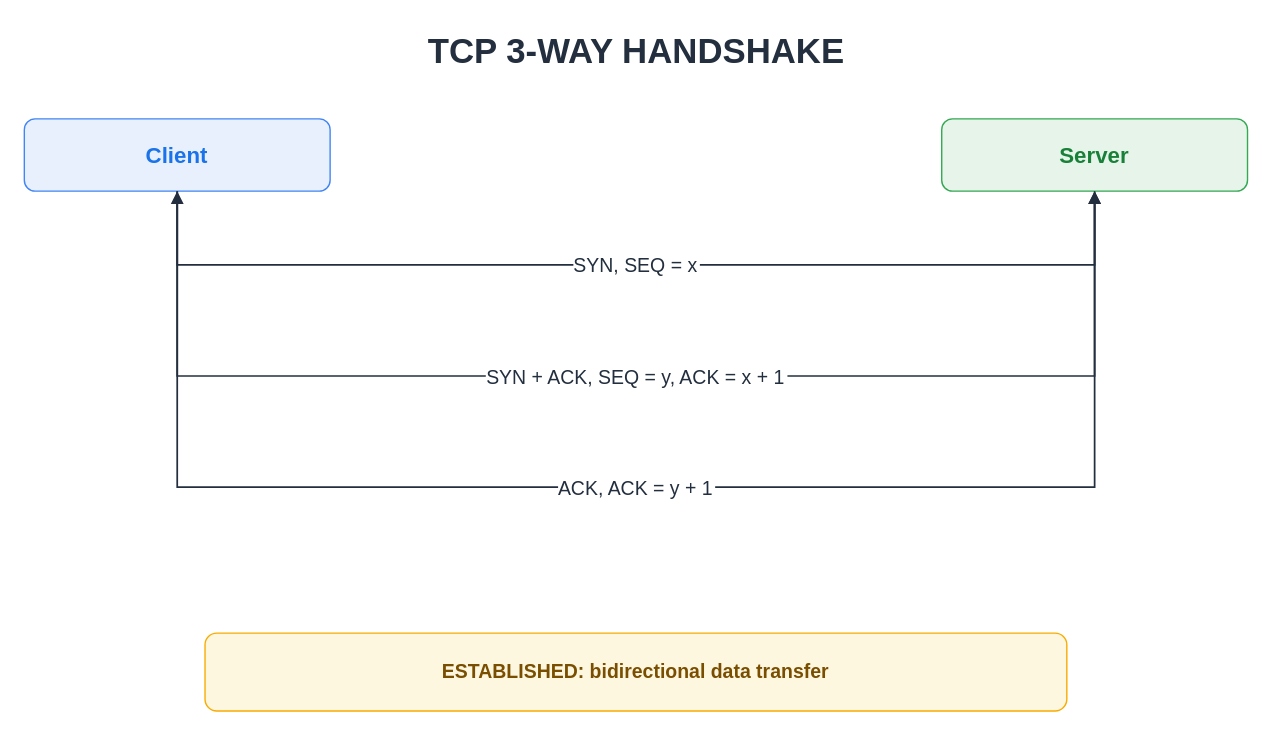
The draw.io diagram assets/img/network/tcp-3-way-handshake.drawio in KKamJi98/kkamji98.github.io, before the edit. Source tidied: cells renumbered, new cells numbered last; positions are measured from the earlier drawing's top-left corner, leaving out a move shared by most shapes. Both pictures are drawn from the tidied source at 139%, with x=0, y=0 at pixel (24, 24).
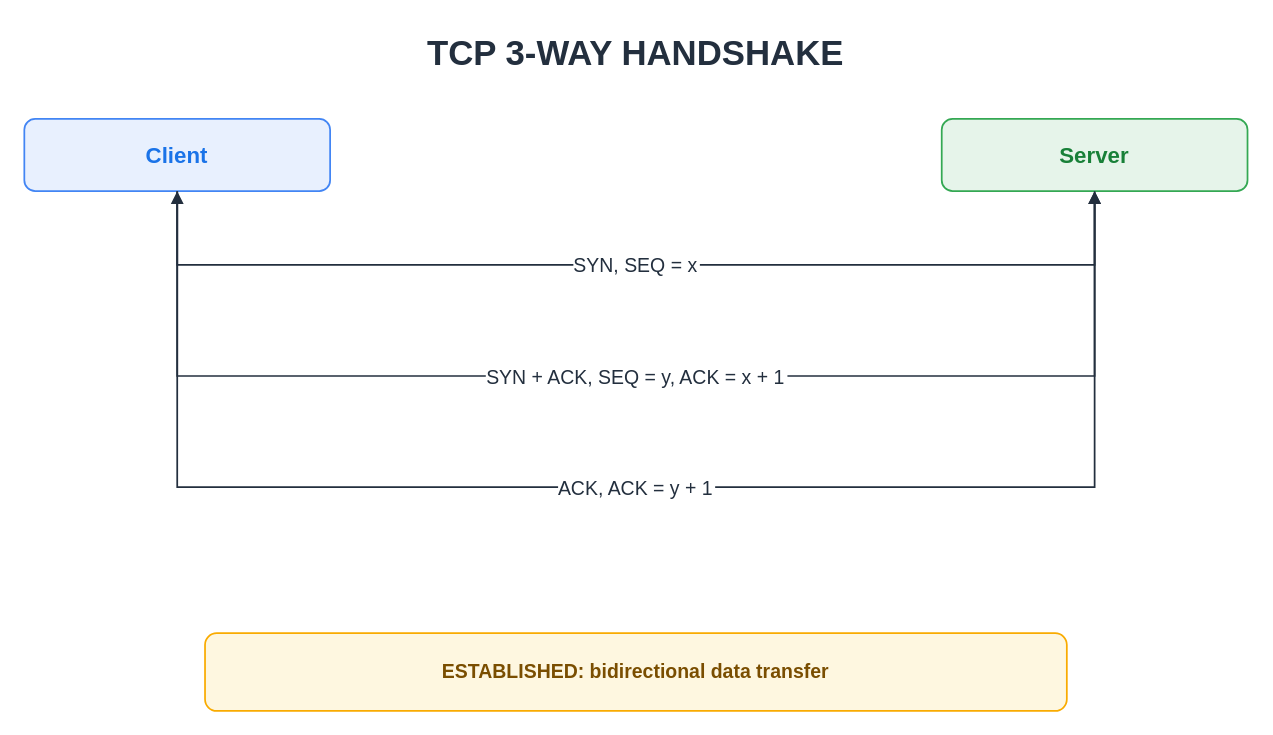
The same diagram, later.

What changed in the source:
```diff
@@
 <mxGraphModel background="#FFFFFF">
   <root>
     <mxCell id="0" />
     <mxCell id="1" parent="0" />
-    <mxCell id="2" value="TCP 3-WAY HANDSHAKE" style="text;html=1;strokeColor=none;fillColor=none;align=center;verticalAlign=middle;fontSize=25;fontStyle=1;fontColor=#232F3E;" parent="1" vertex="1">
+    <mxCell id="2" value="TCP 3-WAY HANDSHAKE" style="text;html=0;strokeColor=none;fillColor=none;align=center;verticalAlign=middle;fontSize=25;fontStyle=1;fontColor=#232F3E;" parent="1" vertex="1">
       <mxGeometry x="90" width="700" height="36" as="geometry" />
     </mxCell>
-    <mxCell id="3" value="Client" style="rounded=1;whiteSpace=wrap;html=1;fillColor=#E8F0FE;strokeColor=#4285F4;fontStyle=1;fontSize=16;fontColor=#1A73E8;shadow=0;" parent="1" vertex="1">
+    <mxCell id="3" value="Client" style="rounded=1;whiteSpace=wrap;html=0;fillColor=#E8F0FE;strokeColor=#4285F4;strokeWidth=1.25;fontStyle=1;fontSize=16;fontColor=#1A73E8;shadow=0;" parent="1" vertex="1">
       <mxGeometry y="68" width="220" height="52" as="geometry" />
     </mxCell>
-    <mxCell id="4" value="Server" style="rounded=1;whiteSpace=wrap;html=1;fillColor=#E6F4EA;strokeColor=#34A853;fontStyle=1;fontSize=16;fontColor=#188038;shadow=0;" parent="1" vertex="1">
+    <mxCell id="4" value="Server" style="rounded=1;whiteSpace=wrap;html=0;fillColor=#E6F4EA;strokeColor=#34A853;strokeWidth=1.25;fontStyle=1;fontSize=16;fontColor=#188038;shadow=0;" parent="1" vertex="1">
       <mxGeometry x="660" y="68" width="220" height="52" as="geometry" />
     </mxCell>
     <mxCell id="5" style="shape=line;strokeColor=#5F6368;fontColor=#5F6368;dashed=1;dashPattern=4 4;strokeWidth=1;" parent="1" vertex="1">
       <mxGeometry x="110" y="120" height="280" as="geometry" />
     </mxCell>
     <mxCell id="6" style="shape=line;strokeColor=#5F6368;fontColor=#5F6368;dashed=1;dashPattern=4 4;strokeWidth=1;" parent="1" vertex="1">
       <mxGeometry x="770" y="120" height="280" as="geometry" />
     </mxCell>
     <mxCell id="7" value="SYN, SEQ = x" style="edgeStyle=orthogonalEdgeStyle;rounded=0;html=0;endArrow=block;endFill=1;strokeWidth=1.25;strokeColor=#232F3E;fontColor=#232F3E;fontSize=14;labelBackgroundColor=#FFFFFF;exitX=0.5;exitY=1;entryX=0.5;entryY=1;" parent="1" edge="1" source="3" target="4">
       <mxGeometry relative="1" as="geometry">
         <Array as="points">
           <mxPoint x="110" y="173" />
           <mxPoint x="770" y="173" />
         </Array>
       </mxGeometry>
     </mxCell>
     <mxCell id="8" value="SYN + ACK, SEQ = y, ACK = x + 1" style="edgeStyle=orthogonalEdgeStyle;rounded=0;html=0;endArrow=block;endFill=1;strokeWidth=1.25;strokeColor=#232F3E;fontColor=#232F3E;fontSize=14;labelBackgroundColor=#FFFFFF;exitX=0.5;exitY=1;entryX=0.5;entryY=1;" parent="1" edge="1" source="4" target="3">
       <mxGeometry relative="1" as="geometry">
         <Array as="points">
           <mxPoint x="770" y="253" />
           <mxPoint x="110" y="253" />
         </Array>
       </mxGeometry>
     </mxCell>
     <mxCell id="9" value="ACK, ACK = y + 1" style="edgeStyle=orthogonalEdgeStyle;rounded=0;html=0;endArrow=block;endFill=1;strokeWidth=1.25;strokeColor=#232F3E;fontColor=#232F3E;fontSize=14;labelBackgroundColor=#FFFFFF;exitX=0.5;exitY=1;entryX=0.5;entryY=1;" parent="1" edge="1" source="3" target="4">
       <mxGeometry relative="1" as="geometry">
         <Array as="points">
           <mxPoint x="110" y="333" />
           <mxPoint x="770" y="333" />
         </Array>
       </mxGeometry>
     </mxCell>
-    <mxCell id="10" value="ESTABLISHED: bidirectional data transfer" style="rounded=1;whiteSpace=wrap;html=1;fillColor=#FEF7E0;strokeColor=#F9AB00;fontStyle=1;fontSize=14;fontColor=#7A4E00;shadow=0;" parent="1" vertex="1">
+    <mxCell id="10" value="ESTABLISHED: bidirectional data transfer" style="rounded=1;whiteSpace=wrap;html=0;fillColor=#FEF7E0;strokeColor=#F9AB00;strokeWidth=1.25;fontStyle=1;fontSize=14;fontColor=#7A4E00;shadow=0;" parent="1" vertex="1">
       <mxGeometry x="130" y="438" width="620" height="56" as="geometry" />
     </mxCell>
   </root>
 </mxGraphModel>
```
